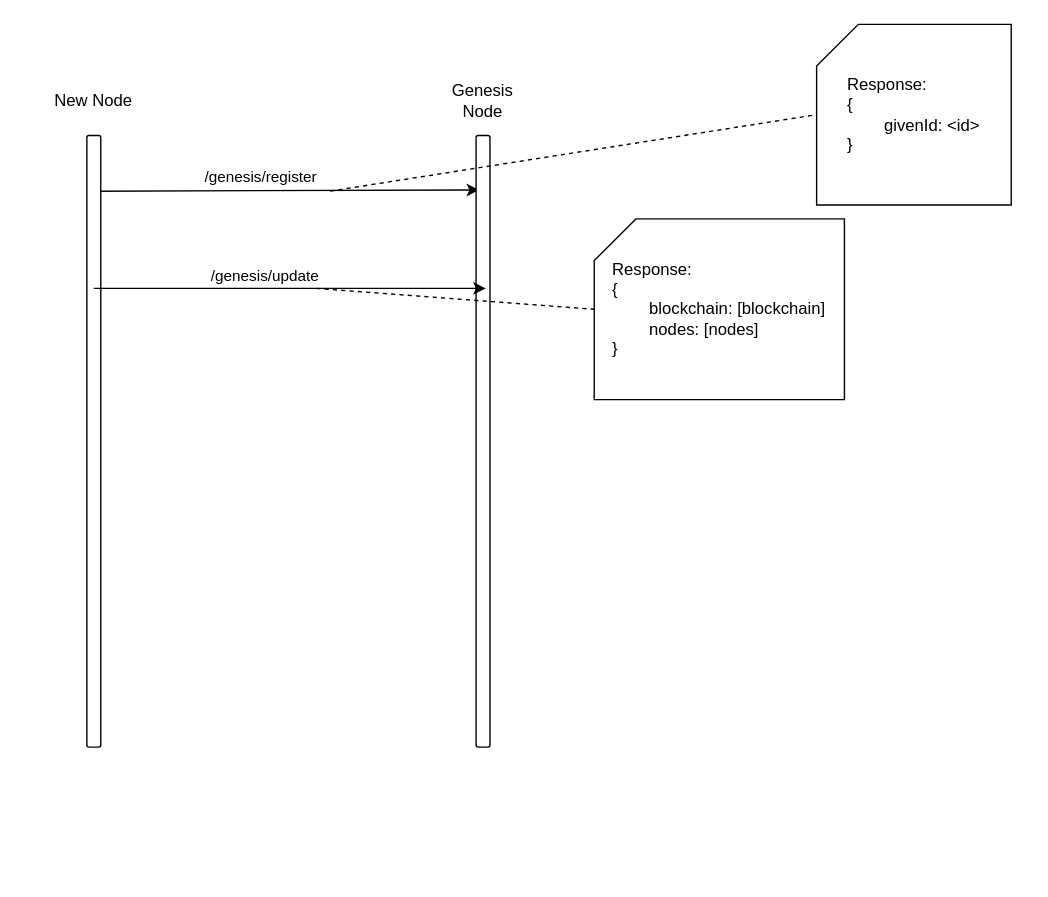
Earlier version of the draw.io diagram page "RegistrationProcess" (4 of 6) of schematy.drawio (pjpawel/pos-iot). Source tidied: cells renumbered, new cells numbered last; positions are measured from the earlier drawing's top-left corner, leaving out a move shared by most shapes. Both pictures are drawn from the tidied source at 139%, with x=0, y=0 at pixel (51, 24).
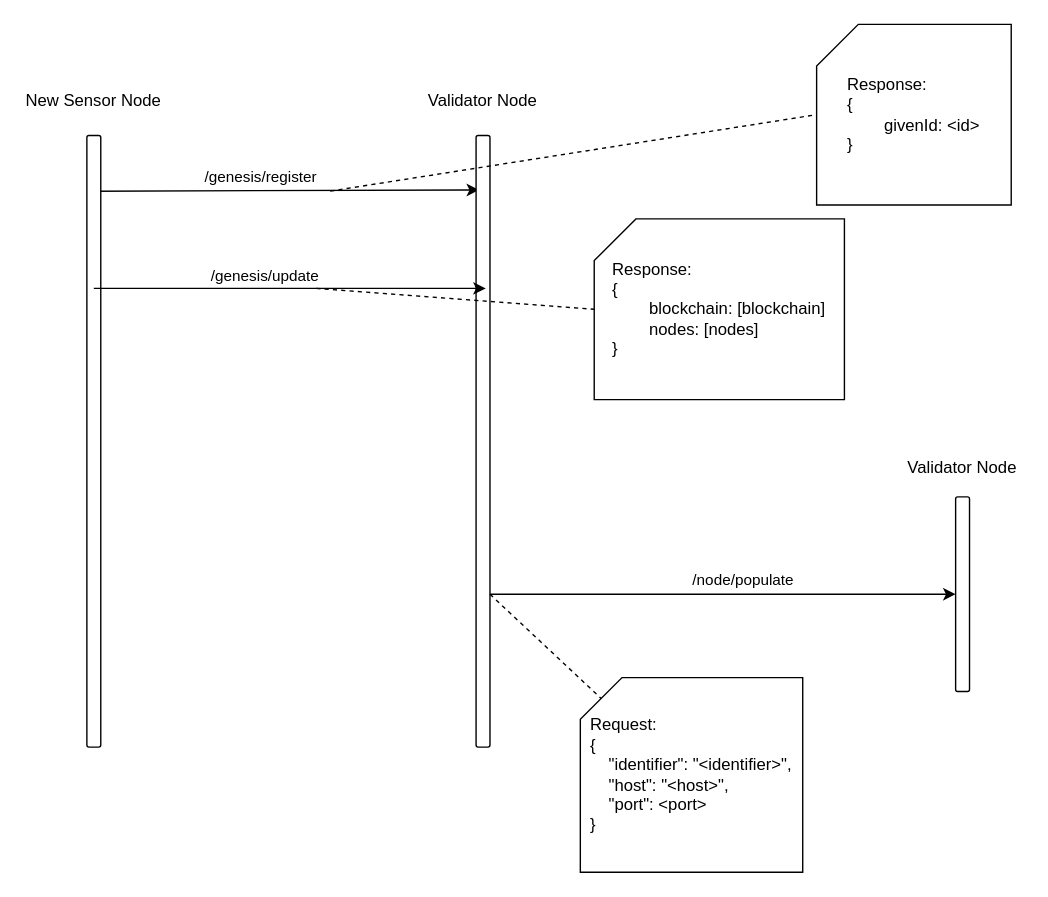
After the change.

The change refers to these unchanged cells:
```xml
<mxCell id="7" style="rounded=1;whiteSpace=wrap;html=1;" parent="1" vertex="1">
  <mxGeometry x="305" y="80" width="10" height="440" as="geometry" />
</mxCell>
```

What changed in the source:
```diff
@@
-    <mxCell id="2" value="New Node" style="text;html=1;strokeColor=none;fillColor=none;align=center;verticalAlign=middle;whiteSpace=wrap;rounded=0;" parent="1" vertex="1">
-      <mxGeometry y="40" width="60" height="30" as="geometry" />
+    <mxCell id="2" value="New Sensor Node" style="text;html=1;strokeColor=none;fillColor=none;align=center;verticalAlign=middle;whiteSpace=wrap;rounded=0;" parent="1" vertex="1">
+      <mxGeometry x="-20" y="40" width="100" height="30" as="geometry" />
     </mxCell>
-    <mxCell id="3" value="Genesis Node" style="text;html=1;strokeColor=none;fillColor=none;align=center;verticalAlign=middle;whiteSpace=wrap;rounded=0;" parent="1" vertex="1">
-      <mxGeometry x="280" y="40" width="60" height="30" as="geometry" />
+    <mxCell id="3" value="Validator Node" style="text;html=1;strokeColor=none;fillColor=none;align=center;verticalAlign=middle;whiteSpace=wrap;rounded=0;" parent="1" vertex="1">
+      <mxGeometry x="265" y="40" width="90" height="30" as="geometry" />
     </mxCell>
@@
+    <mxCell id="14" style="edgeStyle=orthogonalEdgeStyle;rounded=0;jettySize=auto;html=1;exitX=1;exitY=0.75;exitDx=0;exitDy=0;entryX=0;entryY=0.5;entryDx=0;entryDy=0;" parent="1" edge="1" source="7" target="18">
+      <mxGeometry relative="1" as="geometry" />
+    </mxCell>
+    <mxCell id="15" value="/node/populate" style="edgeLabel;html=1;align=center;verticalAlign=middle;" parent="14" vertex="1">
+      <mxGeometry x="-0.13" y="1" relative="1" as="geometry">
+        <mxPoint x="35" y="-9" as="offset" />
+      </mxGeometry>
+    </mxCell>
@@
+    <mxCell id="16" value="&lt;div style=&quot;text-align: left;&quot;&gt;&lt;span style=&quot;background-color: initial;&quot;&gt;Request:&lt;/span&gt;&lt;/div&gt;&lt;div style=&quot;text-align: left;&quot;&gt;&lt;span style=&quot;background-color: initial;&quot;&gt;{&lt;/span&gt;&lt;/div&gt;&lt;div style=&quot;text-align: left;&quot;&gt;&lt;span style=&quot;background-color: initial;&quot;&gt;&amp;nbsp; &amp;nbsp; &quot;identifier&quot;: &quot;&amp;lt;identifier&amp;gt;&quot;,&lt;/span&gt;&lt;/div&gt;&lt;div style=&quot;text-align: left;&quot;&gt;&lt;span style=&quot;background-color: initial;&quot;&gt;&amp;nbsp; &amp;nbsp; &quot;host&quot;: &quot;&amp;lt;host&amp;gt;&quot;,&lt;/span&gt;&lt;/div&gt;&lt;div style=&quot;text-align: left;&quot;&gt;&lt;span style=&quot;background-color: initial;&quot;&gt;&amp;nbsp; &amp;nbsp; &quot;port&quot;: &amp;lt;port&amp;gt;&lt;/span&gt;&lt;/div&gt;&lt;div style=&quot;text-align: left;&quot;&gt;&lt;span style=&quot;background-color: initial;&quot;&gt;}&lt;/span&gt;&lt;/div&gt;" style="shape=card;whiteSpace=wrap;html=1;" parent="1" vertex="1">
+      <mxGeometry x="380" y="470" width="160" height="140" as="geometry" />
+    </mxCell>
+    <mxCell id="17" style="endArrow=none;html=1;rounded=0;entryX=0;entryY=0;entryDx=15;entryDy=15;entryPerimeter=0;dashed=1;exitX=1;exitY=0.75;exitDx=0;exitDy=0;" parent="1" edge="1" source="7" target="16">
+      <mxGeometry relative="1" as="geometry" />
+    </mxCell>
+    <mxCell id="18" style="rounded=1;whiteSpace=wrap;html=1;" parent="1" vertex="1">
+      <mxGeometry x="650" y="340" width="10" height="140" as="geometry" />
+    </mxCell>
+    <mxCell id="19" value="Validator Node" style="text;html=1;strokeColor=none;fillColor=none;align=center;verticalAlign=middle;whiteSpace=wrap;rounded=0;" parent="1" vertex="1">
+      <mxGeometry x="610" y="304" width="90" height="30" as="geometry" />
+    </mxCell>
```
